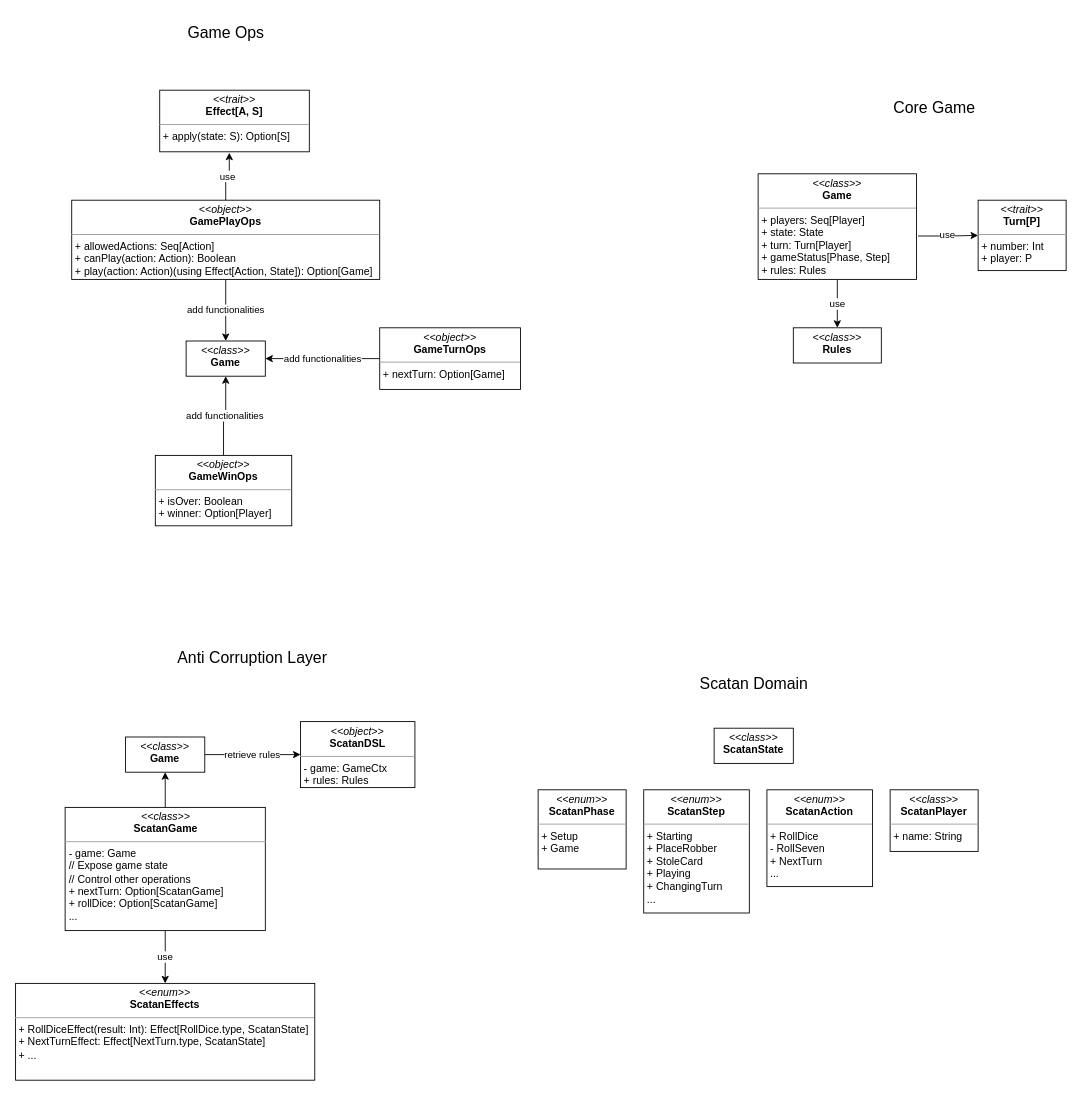
The draw.io diagram page "Game" (9 of 9) of scatan.drawio in zucchero-sintattico/pps-22-scatan, before the edit. Source tidied: cells renumbered, new cells numbered last; positions are measured from the earlier drawing's top-left corner, leaving out a move shared by most shapes. Both pictures are drawn from the tidied source at 88%, with x=0, y=0 at pixel (15, 15).
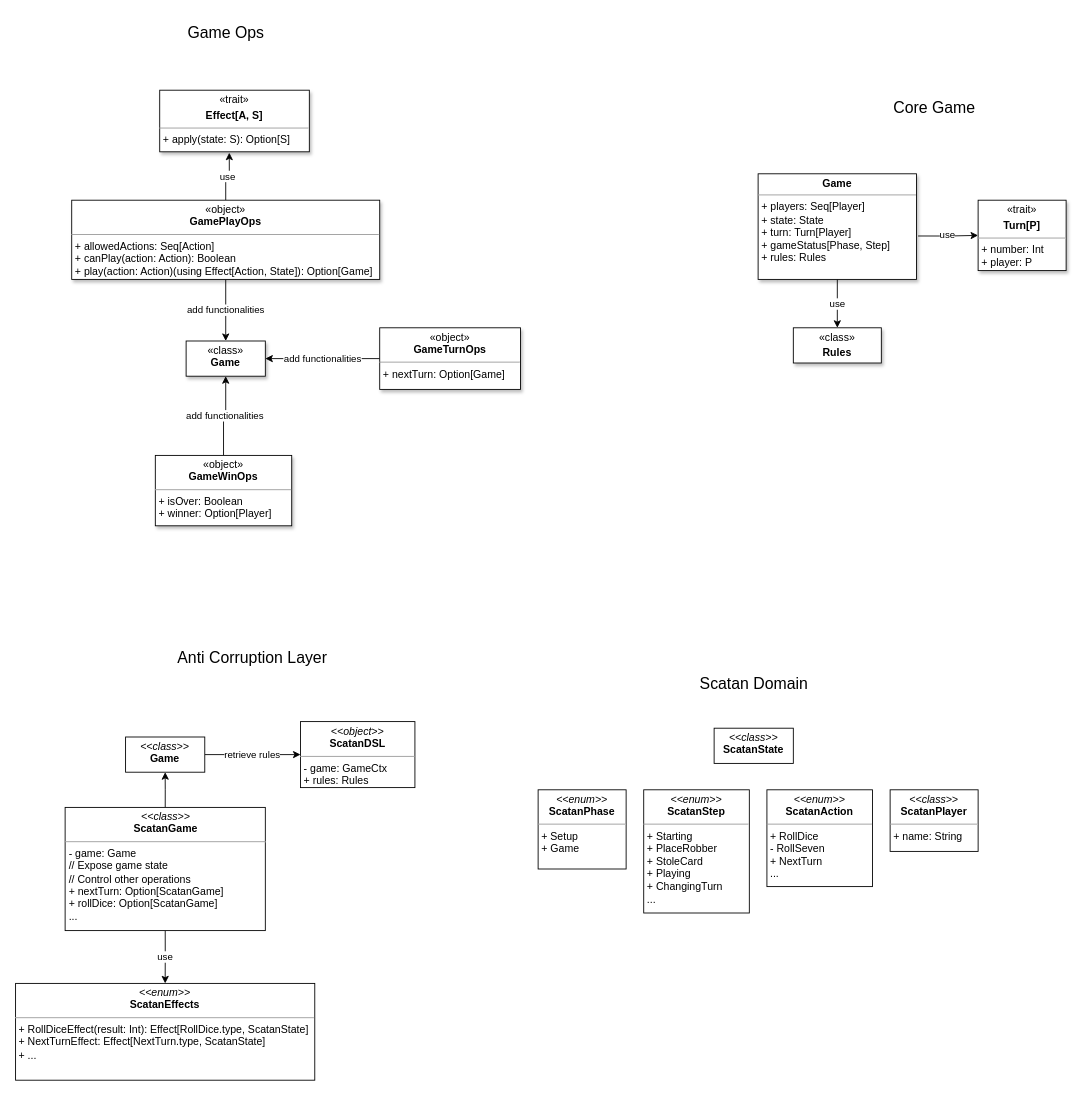
After the change.

What changed in the source:
```diff
@@
-    <mxCell id="4" value="&lt;p style=&quot;margin:0px;margin-top:4px;text-align:center;&quot;&gt;&lt;i&gt;&amp;lt;&amp;lt;class&amp;gt;&amp;gt;&lt;/i&gt;&lt;br&gt;&lt;b&gt;Game&lt;/b&gt;&lt;/p&gt;&lt;hr size=&quot;1&quot;&gt;&lt;p style=&quot;margin:0px;margin-left:4px;&quot;&gt;+ players: Seq[Player]&lt;/p&gt;&lt;p style=&quot;margin:0px;margin-left:4px;&quot;&gt;+ state: State&lt;/p&gt;&lt;p style=&quot;margin:0px;margin-left:4px;&quot;&gt;+ turn: Turn[Player]&lt;/p&gt;&lt;p style=&quot;margin:0px;margin-left:4px;&quot;&gt;+ gameStatus[Phase, Step]&lt;/p&gt;&lt;p style=&quot;margin:0px;margin-left:4px;&quot;&gt;+ rules: Rules&lt;/p&gt;&lt;p style=&quot;margin:0px;margin-left:4px;&quot;&gt;&lt;br&gt;&lt;/p&gt;&lt;p style=&quot;margin:0px;margin-left:4px;&quot;&gt;&lt;br&gt;&lt;/p&gt;" style="verticalAlign=top;align=left;overflow=fill;fontSize=12;fontFamily=Helvetica;html=1;whiteSpace=wrap;" parent="1" vertex="1">
+    <mxCell id="4" value="&lt;p style=&quot;margin:0px;margin-top:4px;text-align:center;&quot;&gt;&lt;b&gt;Game&lt;/b&gt;&lt;/p&gt;&lt;hr size=&quot;1&quot;&gt;&lt;p style=&quot;margin:0px;margin-left:4px;&quot;&gt;+ players: Seq[Player]&lt;/p&gt;&lt;p style=&quot;margin:0px;margin-left:4px;&quot;&gt;+ state: State&lt;/p&gt;&lt;p style=&quot;margin:0px;margin-left:4px;&quot;&gt;+ turn: Turn[Player]&lt;/p&gt;&lt;p style=&quot;margin:0px;margin-left:4px;&quot;&gt;+ gameStatus[Phase, Step]&lt;/p&gt;&lt;p style=&quot;margin:0px;margin-left:4px;&quot;&gt;+ rules: Rules&lt;/p&gt;&lt;p style=&quot;margin:0px;margin-left:4px;&quot;&gt;&lt;br&gt;&lt;/p&gt;&lt;p style=&quot;margin:0px;margin-left:4px;&quot;&gt;&lt;br&gt;&lt;/p&gt;" style="verticalAlign=top;align=left;overflow=fill;fontSize=12;fontFamily=Helvetica;html=1;whiteSpace=wrap;shadow=1;" parent="1" vertex="1">
       <mxGeometry x="844" y="180" width="180" height="120" as="geometry" />
     </mxCell>
-    <mxCell id="5" value="&lt;p style=&quot;margin:0px;margin-top:4px;text-align:center;&quot;&gt;&lt;i&gt;&amp;lt;&amp;lt;class&amp;gt;&amp;gt;&lt;/i&gt;&lt;br&gt;&lt;b&gt;Rules&lt;/b&gt;&lt;/p&gt;&lt;p style=&quot;margin:0px;margin-left:4px;&quot;&gt;&lt;br&gt;&lt;/p&gt;&lt;p style=&quot;margin:0px;margin-left:4px;&quot;&gt;&lt;br&gt;&lt;/p&gt;" style="verticalAlign=top;align=left;overflow=fill;fontSize=12;fontFamily=Helvetica;html=1;whiteSpace=wrap;" parent="1" vertex="1">
+    <mxCell id="5" value="&lt;p style=&quot;border-color: var(--border-color); margin: 4px 0px 0px; text-align: center;&quot;&gt;«class»&lt;/p&gt;&lt;p style=&quot;margin:0px;margin-top:4px;text-align:center;&quot;&gt;&lt;b&gt;Rules&lt;/b&gt;&lt;/p&gt;&lt;p style=&quot;margin:0px;margin-left:4px;&quot;&gt;&lt;br&gt;&lt;/p&gt;&lt;p style=&quot;margin:0px;margin-left:4px;&quot;&gt;&lt;br&gt;&lt;/p&gt;" style="verticalAlign=top;align=left;overflow=fill;fontSize=12;fontFamily=Helvetica;html=1;whiteSpace=wrap;shadow=1;" parent="1" vertex="1">
       <mxGeometry x="884" y="355" width="100" height="40" as="geometry" />
     </mxCell>
-    <mxCell id="6" value="&lt;p style=&quot;margin:0px;margin-top:4px;text-align:center;&quot;&gt;&lt;i&gt;&amp;lt;&amp;lt;trait&amp;gt;&amp;gt;&lt;/i&gt;&lt;br&gt;&lt;b&gt;Turn[P]&lt;/b&gt;&lt;/p&gt;&lt;hr size=&quot;1&quot;&gt;&lt;p style=&quot;margin:0px;margin-left:4px;&quot;&gt;+ number: Int&lt;/p&gt;&lt;p style=&quot;margin:0px;margin-left:4px;&quot;&gt;+ player: P&lt;/p&gt;" style="verticalAlign=top;align=left;overflow=fill;fontSize=12;fontFamily=Helvetica;html=1;whiteSpace=wrap;" parent="1" vertex="1">
+    <mxCell id="6" value="&lt;p style=&quot;border-color: var(--border-color); margin: 4px 0px 0px; text-align: center;&quot;&gt;«trait»&lt;/p&gt;&lt;p style=&quot;margin:0px;margin-top:4px;text-align:center;&quot;&gt;&lt;b&gt;Turn[P]&lt;/b&gt;&lt;/p&gt;&lt;hr size=&quot;1&quot;&gt;&lt;p style=&quot;margin:0px;margin-left:4px;&quot;&gt;+ number: Int&lt;/p&gt;&lt;p style=&quot;margin:0px;margin-left:4px;&quot;&gt;+ player: P&lt;/p&gt;" style="verticalAlign=top;align=left;overflow=fill;fontSize=12;fontFamily=Helvetica;html=1;whiteSpace=wrap;shadow=1;" parent="1" vertex="1">
       <mxGeometry x="1094" y="210" width="100" height="80" as="geometry" />
     </mxCell>
@@
-    <mxCell id="11" value="&lt;p style=&quot;margin:0px;margin-top:4px;text-align:center;&quot;&gt;&lt;i&gt;&amp;lt;&amp;lt;object&amp;gt;&amp;gt;&lt;/i&gt;&lt;br&gt;&lt;b&gt;GamePlayOps&lt;/b&gt;&lt;/p&gt;&lt;hr size=&quot;1&quot;&gt;&lt;p style=&quot;margin:0px;margin-left:4px;&quot;&gt;+ allowedActions: Seq[Action]&lt;/p&gt;&lt;p style=&quot;margin:0px;margin-left:4px;&quot;&gt;+ canPlay(action: Action): Boolean&lt;/p&gt;&lt;p style=&quot;margin:0px;margin-left:4px;&quot;&gt;+ play(action: Action)(using Effect[Action, State]): Option[Game]&lt;/p&gt;&lt;p style=&quot;margin:0px;margin-left:4px;&quot;&gt;&lt;br&gt;&lt;/p&gt;&lt;p style=&quot;margin:0px;margin-left:4px;&quot;&gt;&lt;br&gt;&lt;/p&gt;" style="verticalAlign=top;align=left;overflow=fill;fontSize=12;fontFamily=Helvetica;html=1;whiteSpace=wrap;" parent="1" vertex="1">
+    <mxCell id="11" value="&lt;p style=&quot;margin:0px;margin-top:4px;text-align:center;&quot;&gt;«object»&lt;br&gt;&lt;b&gt;GamePlayOps&lt;/b&gt;&lt;/p&gt;&lt;hr size=&quot;1&quot;&gt;&lt;p style=&quot;margin:0px;margin-left:4px;&quot;&gt;+ allowedActions: Seq[Action]&lt;/p&gt;&lt;p style=&quot;margin:0px;margin-left:4px;&quot;&gt;+ canPlay(action: Action): Boolean&lt;/p&gt;&lt;p style=&quot;margin:0px;margin-left:4px;&quot;&gt;+ play(action: Action)(using Effect[Action, State]): Option[Game]&lt;/p&gt;&lt;p style=&quot;margin:0px;margin-left:4px;&quot;&gt;&lt;br&gt;&lt;/p&gt;&lt;p style=&quot;margin:0px;margin-left:4px;&quot;&gt;&lt;br&gt;&lt;/p&gt;" style="verticalAlign=top;align=left;overflow=fill;fontSize=12;fontFamily=Helvetica;html=1;whiteSpace=wrap;shadow=1;" parent="1" vertex="1">
       <mxGeometry x="64" y="210" width="350" height="90" as="geometry" />
     </mxCell>
-    <mxCell id="12" value="&lt;p style=&quot;margin:0px;margin-top:4px;text-align:center;&quot;&gt;&lt;i&gt;&amp;lt;&amp;lt;trait&amp;gt;&amp;gt;&lt;/i&gt;&lt;br&gt;&lt;b&gt;Effect[A, S]&lt;/b&gt;&lt;/p&gt;&lt;hr size=&quot;1&quot;&gt;&lt;p style=&quot;margin:0px;margin-left:4px;&quot;&gt;+ apply(state: S): Option[S]&lt;/p&gt;" style="verticalAlign=top;align=left;overflow=fill;fontSize=12;fontFamily=Helvetica;html=1;whiteSpace=wrap;" parent="1" vertex="1">
+    <mxCell id="12" value="&lt;p style=&quot;border-color: var(--border-color); margin: 4px 0px 0px; text-align: center;&quot;&gt;«trait»&lt;/p&gt;&lt;p style=&quot;margin:0px;margin-top:4px;text-align:center;&quot;&gt;&lt;b&gt;Effect[A, S]&lt;/b&gt;&lt;/p&gt;&lt;hr size=&quot;1&quot;&gt;&lt;p style=&quot;margin:0px;margin-left:4px;&quot;&gt;+ apply(state: S): Option[S]&lt;/p&gt;" style="verticalAlign=top;align=left;overflow=fill;fontSize=12;fontFamily=Helvetica;html=1;whiteSpace=wrap;shadow=1;" parent="1" vertex="1">
       <mxGeometry x="164" y="85" width="170" height="70" as="geometry" />
     </mxCell>
@@
-    <mxCell id="14" value="&lt;p style=&quot;margin:0px;margin-top:4px;text-align:center;&quot;&gt;&lt;i&gt;&amp;lt;&amp;lt;object&amp;gt;&amp;gt;&lt;/i&gt;&lt;br&gt;&lt;b&gt;GameTurnOps&lt;/b&gt;&lt;/p&gt;&lt;hr size=&quot;1&quot;&gt;&lt;p style=&quot;margin:0px;margin-left:4px;&quot;&gt;+ nextTurn&lt;span style=&quot;background-color: initial;&quot;&gt;: Option[Game]&lt;/span&gt;&lt;/p&gt;&lt;p style=&quot;margin:0px;margin-left:4px;&quot;&gt;&lt;br&gt;&lt;/p&gt;&lt;p style=&quot;margin:0px;margin-left:4px;&quot;&gt;&lt;br&gt;&lt;/p&gt;" style="verticalAlign=top;align=left;overflow=fill;fontSize=12;fontFamily=Helvetica;html=1;whiteSpace=wrap;" parent="1" vertex="1">
+    <mxCell id="14" value="&lt;p style=&quot;margin:0px;margin-top:4px;text-align:center;&quot;&gt;«object»&lt;br&gt;&lt;b&gt;GameTurnOps&lt;/b&gt;&lt;/p&gt;&lt;hr size=&quot;1&quot;&gt;&lt;p style=&quot;margin:0px;margin-left:4px;&quot;&gt;+ nextTurn&lt;span style=&quot;background-color: initial;&quot;&gt;: Option[Game]&lt;/span&gt;&lt;/p&gt;&lt;p style=&quot;margin:0px;margin-left:4px;&quot;&gt;&lt;br&gt;&lt;/p&gt;&lt;p style=&quot;margin:0px;margin-left:4px;&quot;&gt;&lt;br&gt;&lt;/p&gt;" style="verticalAlign=top;align=left;overflow=fill;fontSize=12;fontFamily=Helvetica;html=1;whiteSpace=wrap;shadow=1;" parent="1" vertex="1">
       <mxGeometry x="414" y="355" width="160" height="70" as="geometry" />
     </mxCell>
-    <mxCell id="15" value="&lt;p style=&quot;margin:0px;margin-top:4px;text-align:center;&quot;&gt;&lt;i&gt;&amp;lt;&amp;lt;class&amp;gt;&amp;gt;&lt;/i&gt;&lt;br&gt;&lt;b&gt;Game&lt;/b&gt;&lt;/p&gt;&lt;p style=&quot;margin:0px;margin-left:4px;&quot;&gt;&lt;br&gt;&lt;/p&gt;&lt;p style=&quot;margin:0px;margin-left:4px;&quot;&gt;&lt;br&gt;&lt;/p&gt;" style="verticalAlign=top;align=left;overflow=fill;fontSize=12;fontFamily=Helvetica;html=1;whiteSpace=wrap;" parent="1" vertex="1">
+    <mxCell id="15" value="&lt;p style=&quot;margin:0px;margin-top:4px;text-align:center;&quot;&gt;«class»&lt;br&gt;&lt;b&gt;Game&lt;/b&gt;&lt;/p&gt;&lt;p style=&quot;margin:0px;margin-left:4px;&quot;&gt;&lt;br&gt;&lt;/p&gt;&lt;p style=&quot;margin:0px;margin-left:4px;&quot;&gt;&lt;br&gt;&lt;/p&gt;" style="verticalAlign=top;align=left;overflow=fill;fontSize=12;fontFamily=Helvetica;html=1;whiteSpace=wrap;shadow=1;" parent="1" vertex="1">
       <mxGeometry x="194" y="370" width="90" height="40" as="geometry" />
     </mxCell>
@@
-    <mxCell id="17" value="&lt;p style=&quot;margin:0px;margin-top:4px;text-align:center;&quot;&gt;&lt;i&gt;&amp;lt;&amp;lt;object&amp;gt;&amp;gt;&lt;/i&gt;&lt;br&gt;&lt;b&gt;GameWinOps&lt;/b&gt;&lt;/p&gt;&lt;hr size=&quot;1&quot;&gt;&lt;p style=&quot;margin:0px;margin-left:4px;&quot;&gt;+ isOver: Boolean&lt;/p&gt;&lt;p style=&quot;margin:0px;margin-left:4px;&quot;&gt;+ winner: Option[Player]&lt;/p&gt;&lt;p style=&quot;margin:0px;margin-left:4px;&quot;&gt;&lt;br&gt;&lt;/p&gt;&lt;p style=&quot;margin:0px;margin-left:4px;&quot;&gt;&lt;br&gt;&lt;/p&gt;" style="verticalAlign=top;align=left;overflow=fill;fontSize=12;fontFamily=Helvetica;html=1;whiteSpace=wrap;" parent="1" vertex="1">
+    <mxCell id="17" value="&lt;p style=&quot;margin:0px;margin-top:4px;text-align:center;&quot;&gt;«object»&lt;br&gt;&lt;b&gt;GameWinOps&lt;/b&gt;&lt;/p&gt;&lt;hr size=&quot;1&quot;&gt;&lt;p style=&quot;margin:0px;margin-left:4px;&quot;&gt;+ isOver: Boolean&lt;/p&gt;&lt;p style=&quot;margin:0px;margin-left:4px;&quot;&gt;+ winner: Option[Player]&lt;/p&gt;&lt;p style=&quot;margin:0px;margin-left:4px;&quot;&gt;&lt;br&gt;&lt;/p&gt;&lt;p style=&quot;margin:0px;margin-left:4px;&quot;&gt;&lt;br&gt;&lt;/p&gt;" style="verticalAlign=top;align=left;overflow=fill;fontSize=12;fontFamily=Helvetica;html=1;whiteSpace=wrap;shadow=1;" parent="1" vertex="1">
       <mxGeometry x="159" y="500" width="155" height="80" as="geometry" />
     </mxCell>
```
